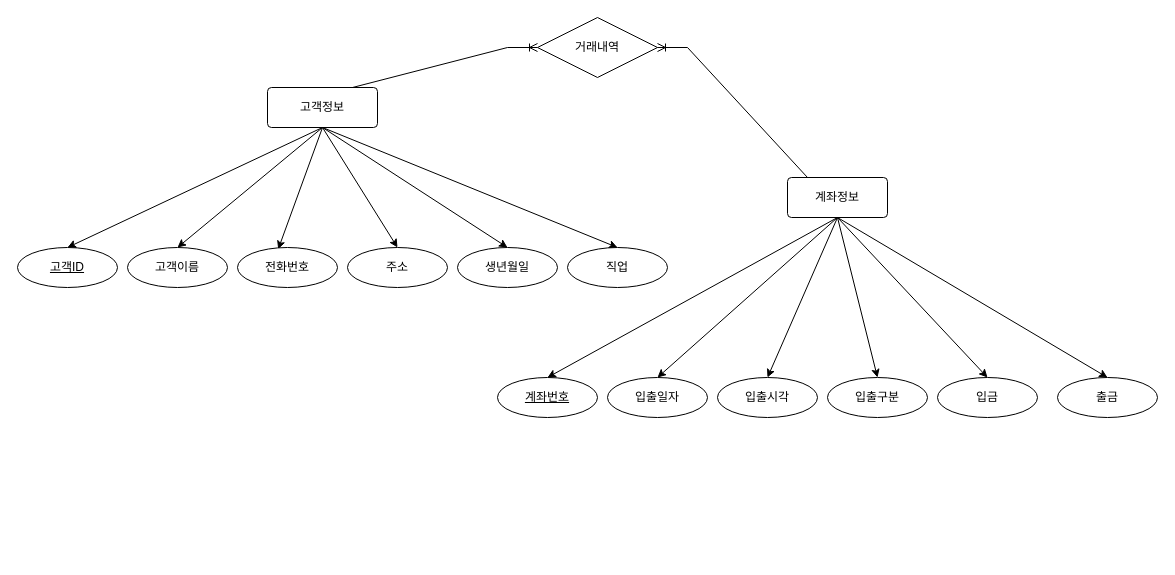
Above: Java_020_Bank/bank(2023-05-17).drawio in callor/Biz-Java-505-2023-04 (draw.io), before the change. Source tidied: cells renumbered, new cells numbered last; positions are measured from the earlier drawing's top-left corner, leaving out a move shared by most shapes. Both pictures are drawn from the tidied source at 100%, with x=0, y=0 at pixel (17, 17).
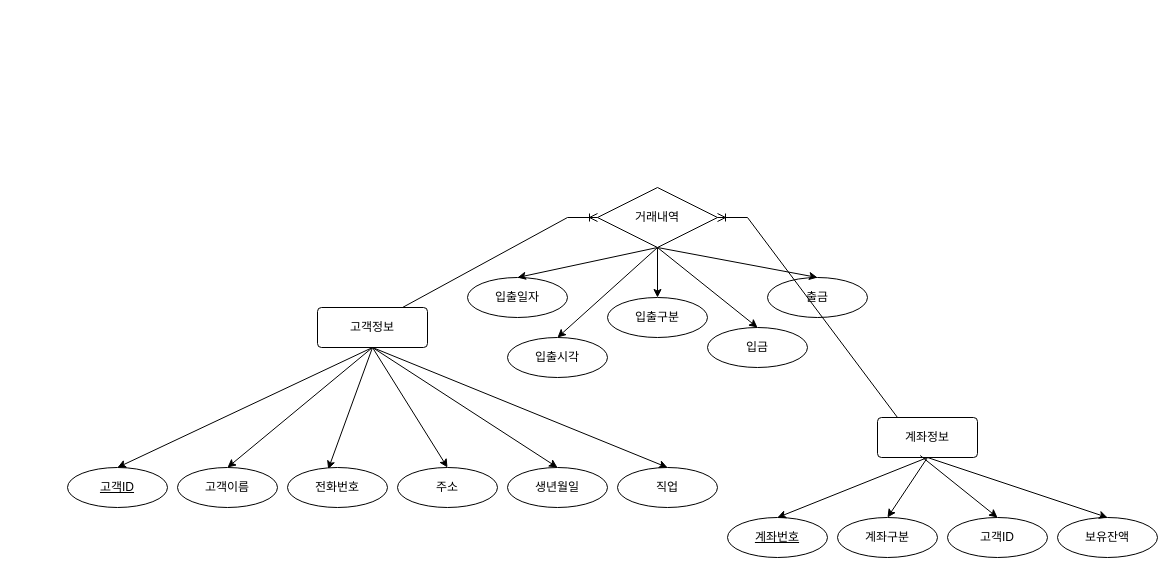
Above is the later version.

Commit message (it also covers changes not shown here):
bank_refactory

Diff of the diagram source:
```diff
@@
     <mxCell id="8" value="고객정보" style="rounded=1;arcSize=10;whiteSpace=wrap;html=1;align=center;" parent="1" vertex="1">
-      <mxGeometry x="250" y="70" width="110" height="40" as="geometry" />
+      <mxGeometry x="300" y="290" width="110" height="40" as="geometry" />
     </mxCell>
     <mxCell id="9" value="고객ID" style="ellipse;whiteSpace=wrap;html=1;align=center;fontStyle=4;" parent="1" vertex="1">
-      <mxGeometry y="230" width="100" height="40" as="geometry" />
+      <mxGeometry x="50" y="450" width="100" height="40" as="geometry" />
     </mxCell>
     <mxCell id="10" value="고객이름" style="ellipse;whiteSpace=wrap;html=1;align=center;" parent="1" vertex="1">
-      <mxGeometry x="110" y="230" width="100" height="40" as="geometry" />
+      <mxGeometry x="160" y="450" width="100" height="40" as="geometry" />
     </mxCell>
     <mxCell id="11" value="전화번호" style="ellipse;whiteSpace=wrap;html=1;align=center;" parent="1" vertex="1">
-      <mxGeometry x="220" y="230" width="100" height="40" as="geometry" />
+      <mxGeometry x="270" y="450" width="100" height="40" as="geometry" />
     </mxCell>
     <mxCell id="12" value="주소" style="ellipse;whiteSpace=wrap;html=1;align=center;" parent="1" vertex="1">
-      <mxGeometry x="330" y="230" width="100" height="40" as="geometry" />
+      <mxGeometry x="380" y="450" width="100" height="40" as="geometry" />
     </mxCell>
     <mxCell id="13" value="생년월일" style="ellipse;whiteSpace=wrap;html=1;align=center;" parent="1" vertex="1">
-      <mxGeometry x="440" y="230" width="100" height="40" as="geometry" />
+      <mxGeometry x="490" y="450" width="100" height="40" as="geometry" />
     </mxCell>
     <mxCell id="14" value="직업" style="ellipse;whiteSpace=wrap;html=1;align=center;" parent="1" vertex="1">
-      <mxGeometry x="550" y="230" width="100" height="40" as="geometry" />
+      <mxGeometry x="600" y="450" width="100" height="40" as="geometry" />
     </mxCell>
-    <mxCell id="15" value="계좌정보" style="rounded=1;arcSize=10;whiteSpace=wrap;html=1;align=center;" parent="1" vertex="1">
-      <mxGeometry x="770" y="160" width="100" height="40" as="geometry" />
-    </mxCell>
     <mxCell id="16" value="계좌번호" style="ellipse;whiteSpace=wrap;html=1;align=center;fontStyle=4;" parent="1" vertex="1">
-      <mxGeometry x="480" y="360" width="100" height="40" as="geometry" />
+      <mxGeometry x="710" y="500" width="100" height="40" as="geometry" />
     </mxCell>
     <mxCell id="17" value="입출일자" style="ellipse;whiteSpace=wrap;html=1;align=center;" parent="1" vertex="1">
-      <mxGeometry x="590" y="360" width="100" height="40" as="geometry" />
+      <mxGeometry x="450" y="260" width="100" height="40" as="geometry" />
     </mxCell>
     <mxCell id="18" value="입출시각" style="ellipse;whiteSpace=wrap;html=1;align=center;" parent="1" vertex="1">
-      <mxGeometry x="700" y="360" width="100" height="40" as="geometry" />
+      <mxGeometry x="490" y="320" width="100" height="40" as="geometry" />
     </mxCell>
     <mxCell id="19" value="입출구분" style="ellipse;whiteSpace=wrap;html=1;align=center;" parent="1" vertex="1">
-      <mxGeometry x="810" y="360" width="100" height="40" as="geometry" />
+      <mxGeometry x="590" y="280" width="100" height="40" as="geometry" />
     </mxCell>
     <mxCell id="20" value="입금" style="ellipse;whiteSpace=wrap;html=1;align=center;" parent="1" vertex="1">
-      <mxGeometry x="920" y="360" width="100" height="40" as="geometry" />
+      <mxGeometry x="690" y="310" width="100" height="40" as="geometry" />
     </mxCell>
     <mxCell id="21" value="출금" style="ellipse;whiteSpace=wrap;html=1;align=center;" parent="1" vertex="1">
-      <mxGeometry x="1040" y="360" width="100" height="40" as="geometry" />
+      <mxGeometry x="750" y="260" width="100" height="40" as="geometry" />
     </mxCell>
@@
-    <mxCell id="23" style="rounded=0;jettySize=auto;html=1;entryX=0.5;entryY=0;entryDx=0;entryDy=0;exitX=0.5;exitY=1;exitDx=0;exitDy=0;" parent="1" edge="1" source="15" target="17">
+    <mxCell id="23" style="rounded=0;jettySize=auto;html=1;entryX=0.5;entryY=0;entryDx=0;entryDy=0;exitX=0.5;exitY=1;exitDx=0;exitDy=0;" parent="1" edge="1" source="28" target="17">
       <mxGeometry relative="1" as="geometry" />
     </mxCell>
-    <mxCell id="24" style="rounded=0;jettySize=auto;html=1;entryX=0.5;entryY=0;entryDx=0;entryDy=0;exitX=0.5;exitY=1;exitDx=0;exitDy=0;" parent="1" edge="1" source="15" target="18">
+    <mxCell id="24" style="rounded=0;jettySize=auto;html=1;entryX=0.5;entryY=0;entryDx=0;entryDy=0;exitX=0.5;exitY=1;exitDx=0;exitDy=0;" parent="1" edge="1" source="28" target="18">
       <mxGeometry relative="1" as="geometry" />
     </mxCell>
-    <mxCell id="25" style="rounded=0;jettySize=auto;html=1;entryX=0.5;entryY=0;entryDx=0;entryDy=0;exitX=0.5;exitY=1;exitDx=0;exitDy=0;" parent="1" edge="1" source="15" target="19">
+    <mxCell id="25" style="rounded=0;jettySize=auto;html=1;entryX=0.5;entryY=0;entryDx=0;entryDy=0;exitX=0.5;exitY=1;exitDx=0;exitDy=0;" parent="1" edge="1" source="28" target="19">
       <mxGeometry relative="1" as="geometry" />
     </mxCell>
-    <mxCell id="26" style="rounded=0;jettySize=auto;html=1;entryX=0.5;entryY=0;entryDx=0;entryDy=0;exitX=0.5;exitY=1;exitDx=0;exitDy=0;" parent="1" edge="1" source="15" target="20">
-      <mxGeometry relative="1" as="geometry" />
+    <mxCell id="26" style="rounded=0;jettySize=auto;html=1;entryX=0.5;entryY=0;entryDx=0;entryDy=0;" parent="1" edge="1" target="20">
+      <mxGeometry relative="1" as="geometry">
+        <mxPoint x="640" y="230" as="sourcePoint" />
+      </mxGeometry>
     </mxCell>
-    <mxCell id="27" style="rounded=0;jettySize=auto;html=1;entryX=0.5;entryY=0;entryDx=0;entryDy=0;exitX=0.5;exitY=1;exitDx=0;exitDy=0;" parent="1" edge="1" source="15" target="21">
+    <mxCell id="27" style="rounded=0;jettySize=auto;html=1;entryX=0.5;entryY=0;entryDx=0;entryDy=0;exitX=0.5;exitY=1;exitDx=0;exitDy=0;" parent="1" edge="1" source="28" target="21">
       <mxGeometry relative="1" as="geometry" />
     </mxCell>
     <mxCell id="28" value="거래내역" style="shape=rhombus;perimeter=rhombusPerimeter;whiteSpace=wrap;html=1;align=center;" parent="1" vertex="1">
-      <mxGeometry x="520" width="120" height="60" as="geometry" />
+      <mxGeometry x="580" y="170" width="120" height="60" as="geometry" />
     </mxCell>
+    <mxCell id="15" value="계좌정보" style="rounded=1;arcSize=10;whiteSpace=wrap;html=1;align=center;" parent="1" vertex="1">
+      <mxGeometry x="860" y="400" width="100" height="40" as="geometry" />
+    </mxCell>
+    <mxCell id="30" style="edgeStyle=entityRelationEdgeStyle;fontSize=12;html=1;endArrow=ERoneToMany;rounded=0;exitX=0.5;exitY=0;exitDx=0;exitDy=0;entryX=1;entryY=0.5;entryDx=0;entryDy=0;" parent="1" edge="1" source="15" target="28">
+      <mxGeometry relative="1" as="geometry" />
+    </mxCell>
@@
-    <mxCell id="30" style="edgeStyle=entityRelationEdgeStyle;fontSize=12;html=1;endArrow=ERoneToMany;rounded=0;entryX=1;entryY=0.5;entryDx=0;entryDy=0;exitX=0.5;exitY=0;exitDx=0;exitDy=0;" parent="1" edge="1" source="15" target="28">
-      <mxGeometry relative="1" as="geometry" />
-    </mxCell>
+    <mxCell id="31" value="계좌구분" style="ellipse;whiteSpace=wrap;html=1;align=center;" parent="1" vertex="1">
+      <mxGeometry x="820" y="500" width="100" height="40" as="geometry" />
+    </mxCell>
+    <mxCell id="32" value="고객ID" style="ellipse;whiteSpace=wrap;html=1;align=center;" parent="1" vertex="1">
+      <mxGeometry x="930" y="500" width="100" height="40" as="geometry" />
+    </mxCell>
+    <mxCell id="33" value="보유잔액" style="ellipse;whiteSpace=wrap;html=1;align=center;" parent="1" vertex="1">
+      <mxGeometry x="1040" y="500" width="100" height="40" as="geometry" />
+    </mxCell>
+    <mxCell id="34" style="rounded=0;jettySize=auto;html=1;entryX=0.5;entryY=0;entryDx=0;entryDy=0;exitX=0.5;exitY=1;exitDx=0;exitDy=0;" parent="1" edge="1" source="15" target="31">
+      <mxGeometry relative="1" as="geometry" />
+    </mxCell>
+    <mxCell id="35" style="rounded=0;jettySize=auto;html=1;entryX=0.5;entryY=0;entryDx=0;entryDy=0;exitX=0.427;exitY=0.95;exitDx=0;exitDy=0;exitPerimeter=0;" parent="1" edge="1" source="15" target="32">
+      <mxGeometry relative="1" as="geometry" />
+    </mxCell>
+    <mxCell id="36" style="rounded=0;jettySize=auto;html=1;entryX=0.5;entryY=0;entryDx=0;entryDy=0;" parent="1" edge="1" target="33">
+      <mxGeometry relative="1" as="geometry">
+        <mxPoint x="910" y="440" as="sourcePoint" />
+      </mxGeometry>
+    </mxCell>
```
